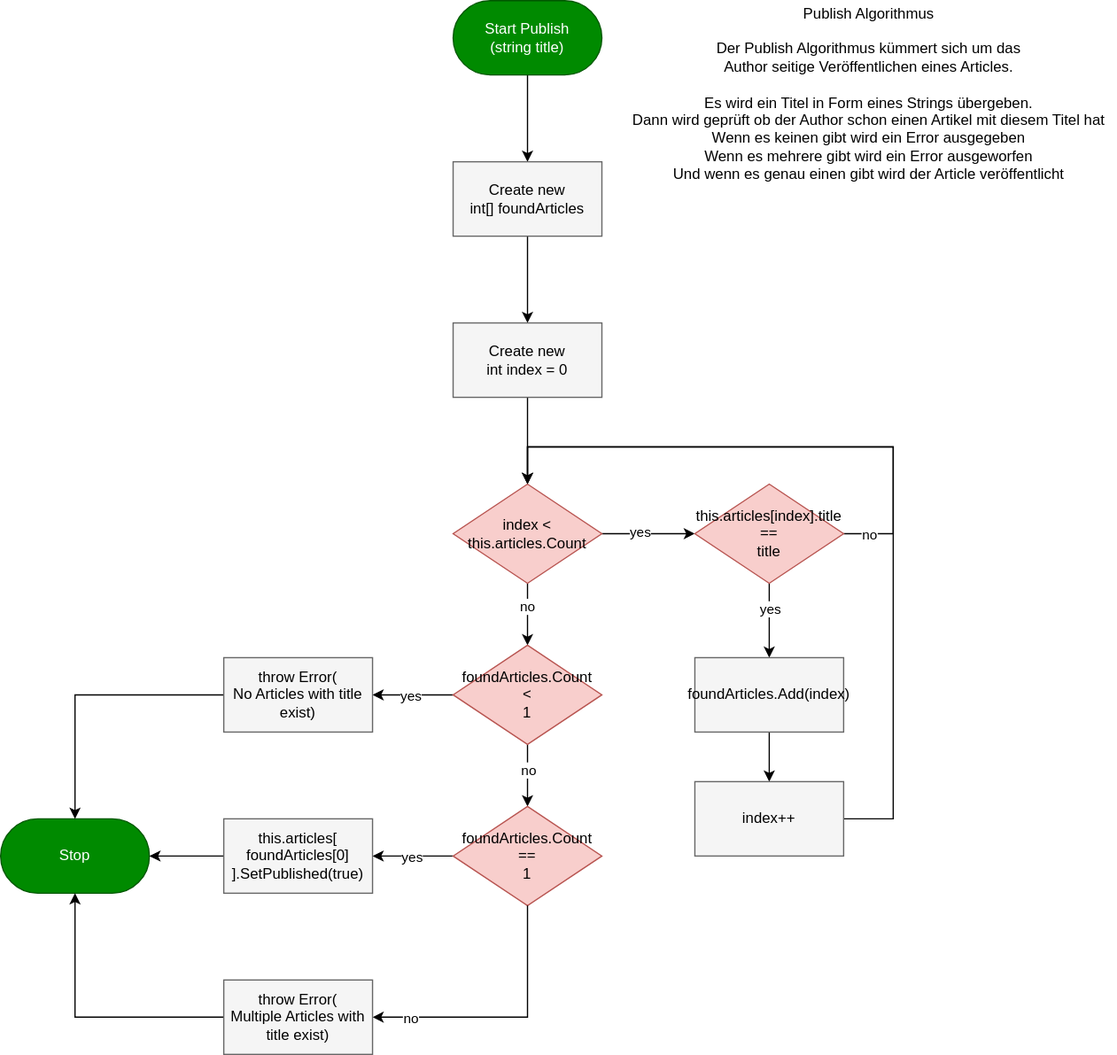
Before: PublishPAP.drawio.svg, a diagram exported from draw.io (gKits/SharpNews). Source tidied: cells renumbered, new cells last; positions are measured from the earlier drawing's top-left corner, leaving out a move shared by most shapes.
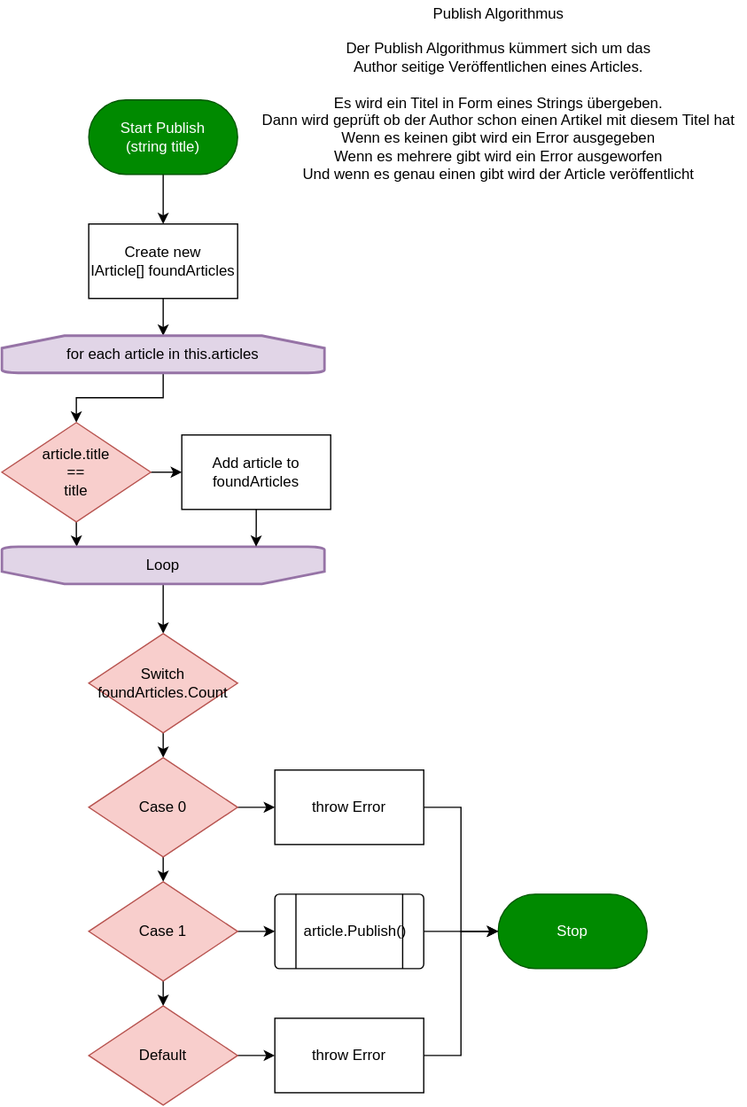
The same file after the commit.

Commit message:
Morus docus

What changed in the source:
```diff
@@ -2,145 +2,106 @@
   <root>
     <mxCell id="0" />
     <mxCell id="1" parent="0" />
-    <mxCell id="2" style="edgeStyle=none;html=1;exitX=0.5;exitY=1;exitDx=0;exitDy=0;entryX=0.5;entryY=0;entryDx=0;entryDy=0;fontColor=#000000;" parent="1" edge="1" source="3" target="5">
-      <mxGeometry relative="1" as="geometry" />
-    </mxCell>
+    <mxCell id="40" style="edgeStyle=none;html=1;exitX=0.5;exitY=1;exitDx=0;exitDy=0;entryX=0.5;entryY=0;entryDx=0;entryDy=0;fontColor=#000000;" parent="1" edge="1" source="3" target="42">
+      <mxGeometry relative="1" as="geometry" />
+    </mxCell>
     <mxCell id="3" value="Start Publish&lt;br&gt;(string title)" style="rounded=1;whiteSpace=wrap;html=1;arcSize=50;fillColor=#008a00;fontColor=#ffffff;strokeColor=#005700;" parent="1" vertex="1">
-      <mxGeometry x="365" width="120" height="60" as="geometry" />
+      <mxGeometry x="1140" y="90" width="120" height="60" as="geometry" />
     </mxCell>
-    <mxCell id="4" style="edgeStyle=none;html=1;exitX=0.5;exitY=1;exitDx=0;exitDy=0;entryX=0.5;entryY=0;entryDx=0;entryDy=0;fontColor=#000000;" parent="1" edge="1" source="5" target="7">
-      <mxGeometry relative="1" as="geometry" />
-    </mxCell>
-    <mxCell id="5" value="&lt;font color=&quot;#000000&quot;&gt;Create new&lt;br&gt;int[] foundArticles&lt;/font&gt;" style="rounded=0;whiteSpace=wrap;html=1;fillColor=#f5f5f5;strokeColor=#666666;fontColor=#333333;" parent="1" vertex="1">
-      <mxGeometry x="365" y="130" width="120" height="60" as="geometry" />
-    </mxCell>
-    <mxCell id="6" style="edgeStyle=none;html=1;exitX=0.5;exitY=1;exitDx=0;exitDy=0;entryX=0.5;entryY=0;entryDx=0;entryDy=0;fontColor=#000000;" parent="1" edge="1" source="7" target="12">
-      <mxGeometry relative="1" as="geometry" />
-    </mxCell>
-    <mxCell id="7" value="&lt;font color=&quot;#000000&quot;&gt;Create new&lt;br&gt;int index = 0&lt;/font&gt;" style="rounded=0;whiteSpace=wrap;html=1;fillColor=#f5f5f5;strokeColor=#666666;fontColor=#333333;" parent="1" vertex="1">
-      <mxGeometry x="365" y="260" width="120" height="60" as="geometry" />
-    </mxCell>
-    <mxCell id="8" style="edgeStyle=none;html=1;exitX=1;exitY=0.5;exitDx=0;exitDy=0;entryX=0;entryY=0.5;entryDx=0;entryDy=0;fontColor=#000000;" parent="1" edge="1" source="12">
-      <mxGeometry relative="1" as="geometry">
-        <mxPoint x="560" y="430" as="targetPoint" />
-      </mxGeometry>
-    </mxCell>
-    <mxCell id="9" value="yes" style="edgeLabel;html=1;align=center;verticalAlign=middle;fontColor=#000000;" parent="8" vertex="1">
-      <mxGeometry x="-0.19" y="2" relative="1" as="geometry" />
-    </mxCell>
-    <mxCell id="10" style="edgeStyle=orthogonalEdgeStyle;rounded=0;html=1;exitX=0.5;exitY=1;exitDx=0;exitDy=0;entryX=0.5;entryY=0;entryDx=0;entryDy=0;fontColor=#000000;" parent="1" edge="1" source="12" target="26">
-      <mxGeometry relative="1" as="geometry" />
-    </mxCell>
-    <mxCell id="11" value="no" style="edgeLabel;html=1;align=center;verticalAlign=middle;fontColor=#000000;" parent="10" vertex="1">
-      <mxGeometry x="-0.27" y="-1" relative="1" as="geometry" />
-    </mxCell>
-    <mxCell id="12" value="&lt;font color=&quot;#000000&quot;&gt;index &amp;lt; this.articles.Count&lt;/font&gt;" style="rhombus;whiteSpace=wrap;html=1;fillColor=#f8cecc;strokeColor=#b85450;" parent="1" vertex="1">
-      <mxGeometry x="365" y="390" width="120" height="80" as="geometry" />
-    </mxCell>
-    <mxCell id="13" style="edgeStyle=orthogonalEdgeStyle;html=1;exitX=1;exitY=0.5;exitDx=0;exitDy=0;entryX=0.5;entryY=0;entryDx=0;entryDy=0;fontColor=#000000;rounded=0;" parent="1" edge="1" source="17" target="12">
-      <mxGeometry relative="1" as="geometry">
-        <Array as="points">
-          <mxPoint x="720" y="430" />
-          <mxPoint x="720" y="360" />
-          <mxPoint x="425" y="360" />
-        </Array>
-      </mxGeometry>
-    </mxCell>
-    <mxCell id="14" value="no" style="edgeLabel;html=1;align=center;verticalAlign=middle;fontColor=#000000;" parent="13" vertex="1">
-      <mxGeometry x="-0.88" relative="1" as="geometry">
-        <mxPoint x="-5" as="offset" />
-      </mxGeometry>
-    </mxCell>
-    <mxCell id="15" style="edgeStyle=orthogonalEdgeStyle;rounded=0;html=1;exitX=0.5;exitY=1;exitDx=0;exitDy=0;entryX=0.5;entryY=0;entryDx=0;entryDy=0;fontColor=#000000;" parent="1" edge="1" source="17" target="20">
-      <mxGeometry relative="1" as="geometry" />
-    </mxCell>
-    <mxCell id="16" value="yes" style="edgeLabel;html=1;align=center;verticalAlign=middle;fontColor=#000000;" parent="15" vertex="1">
-      <mxGeometry x="-0.33" y="1" relative="1" as="geometry">
-        <mxPoint x="-1" as="offset" />
-      </mxGeometry>
-    </mxCell>
-    <mxCell id="17" value="&lt;font color=&quot;#000000&quot;&gt;this.articles[index].title&lt;br&gt;==&lt;br&gt;title&lt;br&gt;&lt;/font&gt;" style="rhombus;whiteSpace=wrap;html=1;fillColor=#f8cecc;strokeColor=#b85450;" parent="1" vertex="1">
-      <mxGeometry x="560" y="390" width="120" height="80" as="geometry" />
-    </mxCell>
-    <mxCell id="18" style="edgeStyle=orthogonalEdgeStyle;rounded=0;html=1;entryX=0.5;entryY=0;entryDx=0;entryDy=0;fontColor=#000000;exitX=1;exitY=0.5;exitDx=0;exitDy=0;" parent="1" edge="1" source="21" target="12">
-      <mxGeometry relative="1" as="geometry">
-        <Array as="points">
-          <mxPoint x="720" y="660" />
-          <mxPoint x="720" y="360" />
-          <mxPoint x="425" y="360" />
-        </Array>
-      </mxGeometry>
-    </mxCell>
-    <mxCell id="19" style="edgeStyle=orthogonalEdgeStyle;rounded=0;html=1;exitX=0.5;exitY=1;exitDx=0;exitDy=0;entryX=0.5;entryY=0;entryDx=0;entryDy=0;fontColor=#000000;" parent="1" edge="1" source="20" target="21">
-      <mxGeometry relative="1" as="geometry" />
-    </mxCell>
-    <mxCell id="20" value="&lt;font color=&quot;#000000&quot;&gt;foundArticles.Add(index)&lt;/font&gt;" style="rounded=0;whiteSpace=wrap;html=1;fillColor=#f5f5f5;strokeColor=#666666;fontColor=#333333;" parent="1" vertex="1">
-      <mxGeometry x="560" y="530" width="120" height="60" as="geometry" />
-    </mxCell>
-    <mxCell id="21" value="&lt;font color=&quot;#000000&quot;&gt;index++&lt;/font&gt;" style="rounded=0;whiteSpace=wrap;html=1;fillColor=#f5f5f5;strokeColor=#666666;fontColor=#333333;" parent="1" vertex="1">
-      <mxGeometry x="560" y="630" width="120" height="60" as="geometry" />
-    </mxCell>
-    <mxCell id="22" style="edgeStyle=orthogonalEdgeStyle;rounded=0;html=1;exitX=0.5;exitY=1;exitDx=0;exitDy=0;entryX=0.5;entryY=0;entryDx=0;entryDy=0;fontColor=#000000;" parent="1" edge="1" source="26" target="29">
-      <mxGeometry relative="1" as="geometry" />
-    </mxCell>
-    <mxCell id="23" value="no" style="edgeLabel;html=1;align=center;verticalAlign=middle;fontColor=#000000;" parent="22" vertex="1">
-      <mxGeometry x="-0.24" relative="1" as="geometry">
-        <mxPoint y="1" as="offset" />
-      </mxGeometry>
-    </mxCell>
-    <mxCell id="24" style="edgeStyle=orthogonalEdgeStyle;rounded=0;html=1;exitX=0;exitY=0.5;exitDx=0;exitDy=0;entryX=1;entryY=0.5;entryDx=0;entryDy=0;fontColor=#000000;" parent="1" edge="1" source="26" target="36">
-      <mxGeometry relative="1" as="geometry" />
-    </mxCell>
-    <mxCell id="25" value="yes" style="edgeLabel;html=1;align=center;verticalAlign=middle;fontColor=#000000;" parent="24" vertex="1">
-      <mxGeometry x="-0.2" relative="1" as="geometry">
-        <mxPoint x="-9" as="offset" />
-      </mxGeometry>
-    </mxCell>
-    <mxCell id="26" value="&lt;font color=&quot;#000000&quot;&gt;foundArticles.Count&lt;br&gt;&amp;lt;&lt;br&gt;1&lt;br&gt;&lt;/font&gt;" style="rhombus;whiteSpace=wrap;html=1;fillColor=#f8cecc;strokeColor=#b85450;" parent="1" vertex="1">
-      <mxGeometry x="365" y="520" width="120" height="80" as="geometry" />
-    </mxCell>
-    <mxCell id="27" style="edgeStyle=orthogonalEdgeStyle;rounded=0;html=1;exitX=0;exitY=0.5;exitDx=0;exitDy=0;entryX=1;entryY=0.5;entryDx=0;entryDy=0;fontColor=#000000;" parent="1" edge="1" source="29" target="34">
-      <mxGeometry relative="1" as="geometry" />
-    </mxCell>
-    <mxCell id="28" value="yes" style="edgeLabel;html=1;align=center;verticalAlign=middle;fontColor=#000000;" parent="27" vertex="1">
-      <mxGeometry x="-0.15" y="1" relative="1" as="geometry">
-        <mxPoint x="-7" y="-1" as="offset" />
-      </mxGeometry>
-    </mxCell>
-    <mxCell id="29" value="&lt;font color=&quot;#000000&quot;&gt;foundArticles.Count&lt;br&gt;==&lt;br&gt;1&lt;br&gt;&lt;/font&gt;" style="rhombus;whiteSpace=wrap;html=1;fillColor=#f8cecc;strokeColor=#b85450;" parent="1" vertex="1">
-      <mxGeometry x="365" y="650" width="120" height="80" as="geometry" />
-    </mxCell>
-    <mxCell id="30" style="edgeStyle=orthogonalEdgeStyle;rounded=0;html=1;exitX=0.5;exitY=1;exitDx=0;exitDy=0;entryX=1;entryY=0.5;entryDx=0;entryDy=0;fontColor=#000000;" parent="1" edge="1" source="29" target="38">
-      <mxGeometry relative="1" as="geometry" />
-    </mxCell>
-    <mxCell id="31" value="no" style="edgeLabel;html=1;align=center;verticalAlign=middle;fontColor=#000000;" parent="30" vertex="1">
-      <mxGeometry x="-0.11" relative="1" as="geometry">
-        <mxPoint x="-89" as="offset" />
-      </mxGeometry>
-    </mxCell>
+    <mxCell id="41" style="edgeStyle=none;html=1;exitX=0.5;exitY=1;exitDx=0;exitDy=0;entryX=0.5;entryY=0;entryDx=0;entryDy=0;fontColor=#000000;entryPerimeter=0;" parent="1" edge="1" source="42" target="51">
+      <mxGeometry relative="1" as="geometry" />
+    </mxCell>
+    <mxCell id="42" value="&lt;font color=&quot;#000000&quot;&gt;Create new&lt;br&gt;IArticle[] foundArticles&lt;/font&gt;" style="rounded=0;whiteSpace=wrap;html=1;fillColor=none;" parent="1" vertex="1">
+      <mxGeometry x="1140" y="190" width="120" height="60" as="geometry" />
+    </mxCell>
+    <mxCell id="43" style="edgeStyle=orthogonalEdgeStyle;html=1;exitX=0.5;exitY=1;exitDx=0;exitDy=0;entryX=0.5;entryY=0;entryDx=0;entryDy=0;fontColor=#000000;exitPerimeter=0;rounded=0;" parent="1" edge="1" source="51" target="46">
+      <mxGeometry relative="1" as="geometry" />
+    </mxCell>
+    <mxCell id="44" style="edgeStyle=none;html=1;exitX=1;exitY=0.5;exitDx=0;exitDy=0;entryX=0;entryY=0.5;entryDx=0;entryDy=0;fontColor=#000000;" parent="1" edge="1" source="46" target="55">
+      <mxGeometry relative="1" as="geometry" />
+    </mxCell>
+    <mxCell id="45" style="edgeStyle=orthogonalEdgeStyle;rounded=0;html=1;exitX=0.5;exitY=1;exitDx=0;exitDy=0;entryX=0.768;entryY=1;entryDx=0;entryDy=0;entryPerimeter=0;" parent="1" edge="1" source="46" target="53">
+      <mxGeometry relative="1" as="geometry" />
+    </mxCell>
+    <mxCell id="46" value="&lt;font color=&quot;#000000&quot;&gt;article.title&lt;br&gt;==&lt;br&gt;title&lt;br&gt;&lt;/font&gt;" style="rhombus;whiteSpace=wrap;html=1;fillColor=#f8cecc;strokeColor=#b85450;" parent="1" vertex="1">
+      <mxGeometry x="1070" y="350" width="120" height="80" as="geometry" />
+    </mxCell>
     <mxCell id="32" value="Stop" style="rounded=1;whiteSpace=wrap;html=1;arcSize=50;fillColor=#008a00;fontColor=#ffffff;strokeColor=#005700;" parent="1" vertex="1">
-      <mxGeometry y="660" width="120" height="60" as="geometry" />
+      <mxGeometry x="1470" y="730" width="120" height="60" as="geometry" />
     </mxCell>
-    <mxCell id="33" style="edgeStyle=orthogonalEdgeStyle;rounded=0;html=1;exitX=0;exitY=0.5;exitDx=0;exitDy=0;entryX=1;entryY=0.5;entryDx=0;entryDy=0;fontColor=#000000;" parent="1" edge="1" source="34" target="32">
-      <mxGeometry relative="1" as="geometry" />
-    </mxCell>
-    <mxCell id="34" value="&lt;font color=&quot;#000000&quot;&gt;this.articles[&lt;br&gt;foundArticles[0]&lt;br&gt;].SetPublished(true)&lt;/font&gt;" style="rounded=0;whiteSpace=wrap;html=1;fillColor=#f5f5f5;strokeColor=#666666;fontColor=#333333;" parent="1" vertex="1">
-      <mxGeometry x="180" y="660" width="120" height="60" as="geometry" />
-    </mxCell>
-    <mxCell id="35" style="edgeStyle=orthogonalEdgeStyle;rounded=0;html=1;exitX=0;exitY=0.5;exitDx=0;exitDy=0;entryX=0.5;entryY=0;entryDx=0;entryDy=0;fontColor=#000000;" parent="1" edge="1" source="36" target="32">
-      <mxGeometry relative="1" as="geometry" />
-    </mxCell>
-    <mxCell id="36" value="&lt;font color=&quot;#000000&quot;&gt;throw Error(&lt;br&gt;No Articles with title exist)&lt;br&gt;&lt;/font&gt;" style="rounded=0;whiteSpace=wrap;html=1;fillColor=#f5f5f5;strokeColor=#666666;fontColor=#333333;" parent="1" vertex="1">
-      <mxGeometry x="180" y="530" width="120" height="60" as="geometry" />
-    </mxCell>
-    <mxCell id="37" style="edgeStyle=orthogonalEdgeStyle;rounded=0;html=1;exitX=0;exitY=0.5;exitDx=0;exitDy=0;entryX=0.5;entryY=1;entryDx=0;entryDy=0;fontColor=#000000;" parent="1" edge="1" source="38" target="32">
-      <mxGeometry relative="1" as="geometry" />
-    </mxCell>
-    <mxCell id="38" value="&lt;font color=&quot;#000000&quot;&gt;throw Error(&lt;br&gt;Multiple Articles with title exist)&lt;br&gt;&lt;/font&gt;" style="rounded=0;whiteSpace=wrap;html=1;fillColor=#f5f5f5;strokeColor=#666666;fontColor=#333333;" parent="1" vertex="1">
-      <mxGeometry x="180" y="790" width="120" height="60" as="geometry" />
-    </mxCell>
+    <mxCell id="47" style="edgeStyle=orthogonalEdgeStyle;rounded=0;html=1;exitX=1;exitY=0.5;exitDx=0;exitDy=0;entryX=0;entryY=0.5;entryDx=0;entryDy=0;fontColor=#000000;" parent="1" edge="1" source="48" target="32">
+      <mxGeometry relative="1" as="geometry" />
+    </mxCell>
+    <mxCell id="48" value="&lt;font color=&quot;#000000&quot;&gt;throw Error&lt;br&gt;&lt;/font&gt;" style="rounded=0;whiteSpace=wrap;html=1;fillColor=none;" parent="1" vertex="1">
+      <mxGeometry x="1290" y="630" width="120" height="60" as="geometry" />
+    </mxCell>
+    <mxCell id="49" style="edgeStyle=orthogonalEdgeStyle;rounded=0;html=1;exitX=1;exitY=0.5;exitDx=0;exitDy=0;fontColor=#000000;" parent="1" edge="1" source="50">
+      <mxGeometry relative="1" as="geometry">
+        <mxPoint x="1470" y="760" as="targetPoint" />
+        <Array as="points">
+          <mxPoint x="1440" y="860" />
+          <mxPoint x="1440" y="760" />
+        </Array>
+      </mxGeometry>
+    </mxCell>
+    <mxCell id="50" value="&lt;font color=&quot;#000000&quot;&gt;throw Error&lt;br&gt;&lt;/font&gt;" style="rounded=0;whiteSpace=wrap;html=1;fillColor=none;" parent="1" vertex="1">
+      <mxGeometry x="1290" y="830" width="120" height="60" as="geometry" />
+    </mxCell>
     <mxCell id="39" value="Publish Algorithmus&lt;br&gt;&lt;br&gt;Der Publish Algorithmus kümmert sich um das&lt;br&gt;Author seitige Veröffentlichen eines Articles.&lt;br&gt;&lt;br&gt;Es wird ein Titel in Form eines Strings übergeben.&lt;br&gt;Dann wird geprüft ob der Author schon einen Artikel mit diesem Titel hat&lt;br&gt;Wenn es keinen gibt wird ein Error ausgegeben&lt;br&gt;Wenn es mehrere gibt wird ein Error ausgeworfen&lt;br&gt;Und wenn es genau einen gibt wird der Article veröffentlicht" style="text;html=1;align=center;verticalAlign=middle;strokeColor=none;fillColor=none;" parent="1" vertex="1">
-      <mxGeometry x="500" width="400" height="150" as="geometry" />
+      <mxGeometry x="1270" y="10" width="400" height="150" as="geometry" />
     </mxCell>
+    <mxCell id="51" value="&lt;font color=&quot;#000000&quot;&gt;for each article in this.articles&lt;/font&gt;" style="strokeWidth=2;html=1;shape=mxgraph.flowchart.loop_limit;whiteSpace=wrap;fillColor=#e1d5e7;strokeColor=#9673a6;" parent="1" vertex="1">
+      <mxGeometry x="1070" y="280" width="260" height="30" as="geometry" />
+    </mxCell>
+    <mxCell id="52" style="edgeStyle=orthogonalEdgeStyle;rounded=0;html=1;exitX=0.5;exitY=0;exitDx=0;exitDy=0;exitPerimeter=0;entryX=0.5;entryY=0;entryDx=0;entryDy=0;" parent="1" edge="1" source="53" target="57">
+      <mxGeometry relative="1" as="geometry" />
+    </mxCell>
+    <mxCell id="53" value="&lt;font color=&quot;#000000&quot;&gt;Loop&lt;/font&gt;" style="strokeWidth=2;html=1;shape=mxgraph.flowchart.loop_limit;whiteSpace=wrap;fillColor=#e1d5e7;strokeColor=#9673a6;rotation=0;direction=west;" parent="1" vertex="1">
+      <mxGeometry x="1070" y="450" width="260" height="30" as="geometry" />
+    </mxCell>
+    <mxCell id="54" style="edgeStyle=orthogonalEdgeStyle;rounded=0;html=1;exitX=0.5;exitY=1;exitDx=0;exitDy=0;entryX=0.212;entryY=1;entryDx=0;entryDy=0;entryPerimeter=0;" parent="1" edge="1" source="55" target="53">
+      <mxGeometry relative="1" as="geometry" />
+    </mxCell>
+    <mxCell id="55" value="&lt;font color=&quot;#000000&quot;&gt;Add article to foundArticles&lt;/font&gt;" style="rounded=0;whiteSpace=wrap;html=1;fillColor=none;" parent="1" vertex="1">
+      <mxGeometry x="1215" y="360" width="120" height="60" as="geometry" />
+    </mxCell>
+    <mxCell id="56" style="edgeStyle=orthogonalEdgeStyle;rounded=0;html=1;" parent="1" edge="1" source="57" target="60">
+      <mxGeometry relative="1" as="geometry" />
+    </mxCell>
+    <mxCell id="57" value="&lt;font color=&quot;#000000&quot;&gt;Switch&lt;br&gt;foundArticles.Count&lt;br&gt;&lt;/font&gt;" style="rhombus;whiteSpace=wrap;html=1;fillColor=#f8cecc;strokeColor=#b85450;" parent="1" vertex="1">
+      <mxGeometry x="1140" y="520" width="120" height="80" as="geometry" />
+    </mxCell>
+    <mxCell id="58" style="edgeStyle=orthogonalEdgeStyle;rounded=0;html=1;" parent="1" edge="1" source="60" target="63">
+      <mxGeometry relative="1" as="geometry" />
+    </mxCell>
+    <mxCell id="59" style="edgeStyle=orthogonalEdgeStyle;rounded=0;html=1;exitX=1;exitY=0.5;exitDx=0;exitDy=0;entryX=0;entryY=0.5;entryDx=0;entryDy=0;" parent="1" edge="1" source="60" target="48">
+      <mxGeometry relative="1" as="geometry" />
+    </mxCell>
+    <mxCell id="60" value="&lt;font color=&quot;#000000&quot;&gt;Case 0&lt;br&gt;&lt;/font&gt;" style="rhombus;whiteSpace=wrap;html=1;fillColor=#f8cecc;strokeColor=#b85450;" parent="1" vertex="1">
+      <mxGeometry x="1140" y="620" width="120" height="80" as="geometry" />
+    </mxCell>
+    <mxCell id="61" style="edgeStyle=orthogonalEdgeStyle;rounded=0;html=1;" parent="1" edge="1" source="63" target="65">
+      <mxGeometry relative="1" as="geometry" />
+    </mxCell>
+    <mxCell id="62" style="edgeStyle=orthogonalEdgeStyle;rounded=0;html=1;" parent="1" edge="1" source="63" target="67">
+      <mxGeometry relative="1" as="geometry" />
+    </mxCell>
+    <mxCell id="63" value="&lt;font color=&quot;#000000&quot;&gt;Case 1&lt;br&gt;&lt;/font&gt;" style="rhombus;whiteSpace=wrap;html=1;fillColor=#f8cecc;strokeColor=#b85450;" parent="1" vertex="1">
+      <mxGeometry x="1140" y="720" width="120" height="80" as="geometry" />
+    </mxCell>
+    <mxCell id="64" style="edgeStyle=orthogonalEdgeStyle;rounded=0;html=1;exitX=1;exitY=0.5;exitDx=0;exitDy=0;entryX=0;entryY=0.5;entryDx=0;entryDy=0;" parent="1" edge="1" source="65" target="50">
+      <mxGeometry relative="1" as="geometry" />
+    </mxCell>
+    <mxCell id="65" value="&lt;font color=&quot;#000000&quot;&gt;Default&lt;br&gt;&lt;/font&gt;" style="rhombus;whiteSpace=wrap;html=1;fillColor=#f8cecc;strokeColor=#b85450;" parent="1" vertex="1">
+      <mxGeometry x="1140" y="820" width="120" height="80" as="geometry" />
+    </mxCell>
+    <mxCell id="66" style="edgeStyle=orthogonalEdgeStyle;rounded=0;html=1;exitX=1;exitY=0.5;exitDx=0;exitDy=0;fontColor=#000000;" parent="1" edge="1" source="67">
+      <mxGeometry relative="1" as="geometry">
+        <mxPoint x="1470" y="759.8" as="targetPoint" />
+      </mxGeometry>
+    </mxCell>
+    <mxCell id="67" value="&lt;font color=&quot;#000000&quot;&gt;article.Publish()&lt;/font&gt;" style="verticalLabelPosition=middle;verticalAlign=middle;html=1;shape=process;whiteSpace=wrap;rounded=1;size=0.14;arcSize=6;labelPosition=center;align=center;fillColor=none;" parent="1" vertex="1">
+      <mxGeometry x="1290" y="730" width="120" height="60" as="geometry" />
+    </mxCell>
   </root>
 </mxGraphModel>
```
